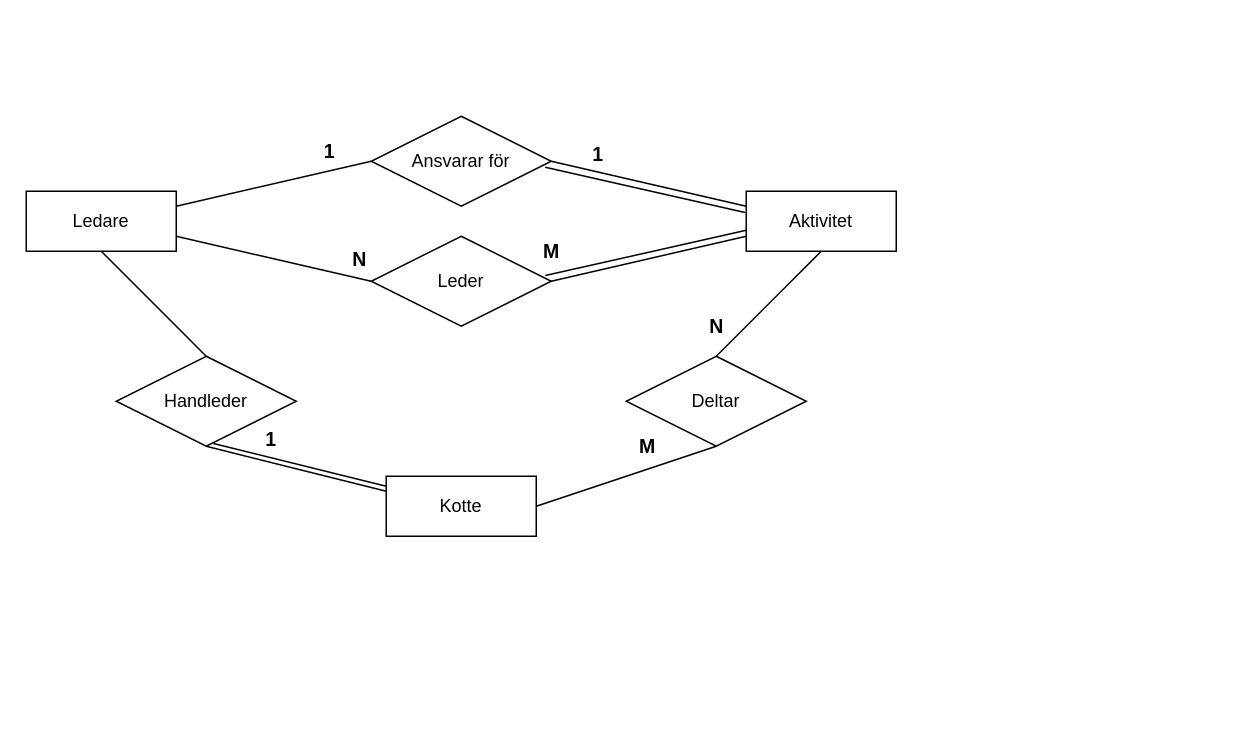
Before: Brunflomullar.drawio in Ingelisun/ERmodels, a draw.io diagram. Source tidied: cells renumbered, new cells numbered last; positions are measured from the earlier drawing's top-left corner, leaving out a move shared by most shapes. Both pictures are drawn from the tidied source at 150%, with x=0, y=0 at pixel (26, 116).
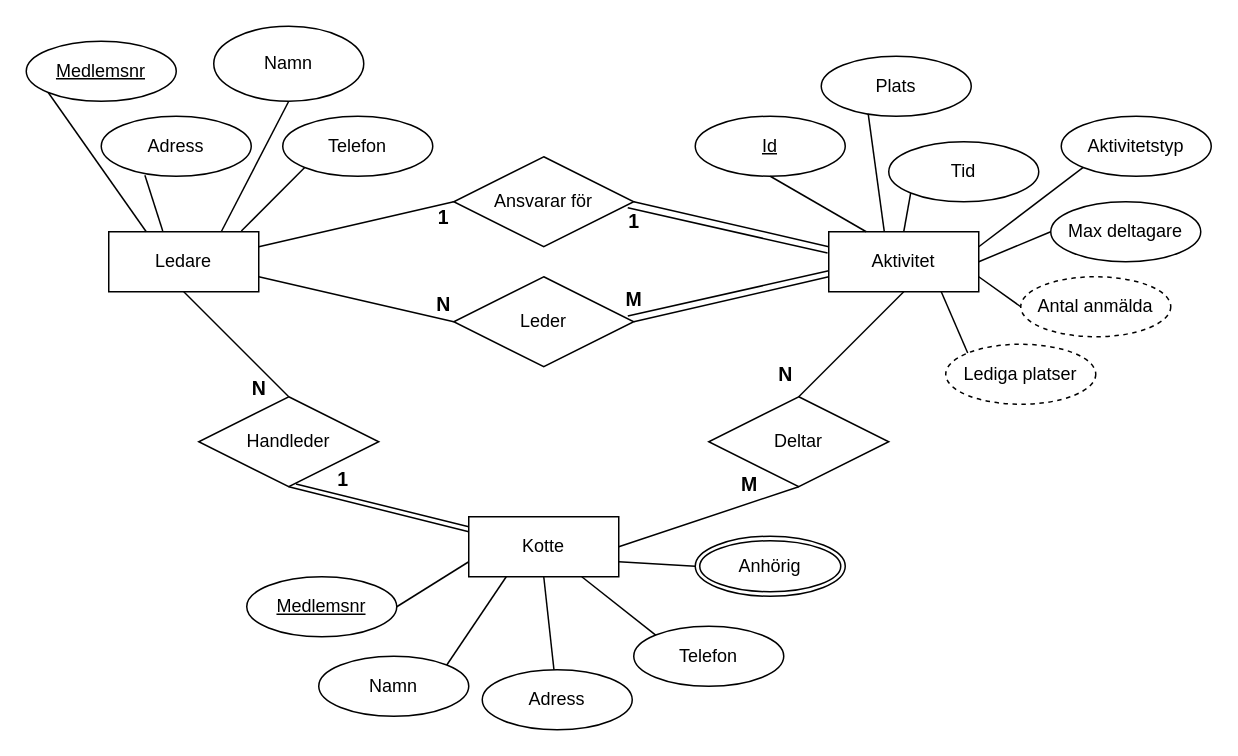
After the change.

Diff of the diagram source:
```diff
@@
     <mxCell id="2" value="Ledare" style="whiteSpace=wrap;html=1;align=center;" parent="1" vertex="1">
-      <mxGeometry y="50" width="100" height="40" as="geometry" />
+      <mxGeometry x="55" y="77" width="100" height="40" as="geometry" />
     </mxCell>
     <mxCell id="3" value="Ansvarar för" style="shape=rhombus;perimeter=rhombusPerimeter;whiteSpace=wrap;html=1;align=center;" parent="1" vertex="1">
-      <mxGeometry x="230" width="120" height="60" as="geometry" />
+      <mxGeometry x="285" y="27" width="120" height="60" as="geometry" />
     </mxCell>
     <mxCell id="4" value="Leder" style="shape=rhombus;perimeter=rhombusPerimeter;whiteSpace=wrap;html=1;align=center;" parent="1" vertex="1">
-      <mxGeometry x="230" y="80" width="120" height="60" as="geometry" />
+      <mxGeometry x="285" y="107" width="120" height="60" as="geometry" />
     </mxCell>
     <mxCell id="5" value="Aktivitet" style="whiteSpace=wrap;html=1;align=center;" parent="1" vertex="1">
-      <mxGeometry x="480" y="50" width="100" height="40" as="geometry" />
+      <mxGeometry x="535" y="77" width="100" height="40" as="geometry" />
     </mxCell>
     <mxCell id="6" value="Kotte" style="whiteSpace=wrap;html=1;align=center;" parent="1" vertex="1">
-      <mxGeometry x="240" y="240" width="100" height="40" as="geometry" />
+      <mxGeometry x="295" y="267" width="100" height="40" as="geometry" />
     </mxCell>
     <mxCell id="7" value="Deltar" style="shape=rhombus;perimeter=rhombusPerimeter;whiteSpace=wrap;html=1;align=center;" parent="1" vertex="1">
-      <mxGeometry x="400" y="160" width="120" height="60" as="geometry" />
+      <mxGeometry x="455" y="187" width="120" height="60" as="geometry" />
     </mxCell>
     <mxCell id="8" value="Handleder" style="shape=rhombus;perimeter=rhombusPerimeter;whiteSpace=wrap;html=1;align=center;" parent="1" vertex="1">
-      <mxGeometry x="60" y="160" width="120" height="60" as="geometry" />
+      <mxGeometry x="115" y="187" width="120" height="60" as="geometry" />
     </mxCell>
@@
     <mxCell id="15" style="endArrow=none;html=1;rounded=0;exitX=0.967;exitY=0.437;exitDx=0;exitDy=0;exitPerimeter=0;" parent="1" edge="1" source="4">
       <mxGeometry relative="1" as="geometry">
-        <mxPoint x="480" y="76" as="targetPoint" />
+        <mxPoint x="535" y="103" as="targetPoint" />
       </mxGeometry>
     </mxCell>
@@
     <mxCell id="17" style="endArrow=none;html=1;rounded=0;entryX=-0.008;entryY=0.355;entryDx=0;entryDy=0;entryPerimeter=0;" parent="1" edge="1" target="5">
       <mxGeometry relative="1" as="geometry">
-        <mxPoint x="346" y="34" as="sourcePoint" />
+        <mxPoint x="401" y="61" as="sourcePoint" />
       </mxGeometry>
     </mxCell>
@@
     <mxCell id="20" value="&lt;font style=&quot;font-size: 13px&quot;&gt;&lt;b style=&quot;font-size: 13px&quot;&gt;1&lt;/b&gt;&lt;/font&gt;" style="text;html=1;align=center;verticalAlign=middle;fillColor=none;strokeColor=none;rounded=0;fontSize=13;" parent="1" vertex="1">
-      <mxGeometry x="192" y="13" width="20" height="20" as="geometry" />
+      <mxGeometry x="268" y="57" width="20" height="20" as="geometry" />
     </mxCell>
     <mxCell id="21" value="&lt;font style=&quot;font-size: 13px&quot;&gt;&lt;b style=&quot;font-size: 13px&quot;&gt;1&lt;/b&gt;&lt;/font&gt;" style="text;html=1;align=center;verticalAlign=middle;fillColor=none;strokeColor=none;rounded=0;fontSize=13;" parent="1" vertex="1">
-      <mxGeometry x="371" y="15" width="20" height="20" as="geometry" />
+      <mxGeometry x="395" y="60" width="20" height="20" as="geometry" />
     </mxCell>
     <mxCell id="22" value="&lt;font style=&quot;font-size: 13px;&quot;&gt;&lt;b style=&quot;font-size: 13px;&quot;&gt;N&lt;/b&gt;&lt;/font&gt;" style="text;html=1;align=center;verticalAlign=middle;fillColor=none;strokeColor=none;rounded=0;fontSize=13;" parent="1" vertex="1">
-      <mxGeometry x="212" y="85" width="20" height="20" as="geometry" />
+      <mxGeometry x="268" y="115" width="20" height="20" as="geometry" />
     </mxCell>
     <mxCell id="23" value="&lt;font style=&quot;font-size: 13px&quot;&gt;&lt;b style=&quot;font-size: 13px&quot;&gt;M&lt;/b&gt;&lt;/font&gt;" style="text;html=1;align=center;verticalAlign=middle;fillColor=none;strokeColor=none;rounded=0;fontSize=13;" parent="1" vertex="1">
-      <mxGeometry x="335" y="80" width="30" height="20" as="geometry" />
+      <mxGeometry x="390" y="112" width="30" height="20" as="geometry" />
     </mxCell>
     <mxCell id="24" value="&lt;font style=&quot;font-size: 13px;&quot;&gt;&lt;b style=&quot;font-size: 13px;&quot;&gt;N&lt;/b&gt;&lt;/font&gt;" style="text;html=1;align=center;verticalAlign=middle;fillColor=none;strokeColor=none;rounded=0;fontSize=13;" parent="1" vertex="1">
-      <mxGeometry x="450" y="130" width="20" height="20" as="geometry" />
+      <mxGeometry x="496" y="162" width="20" height="20" as="geometry" />
     </mxCell>
     <mxCell id="25" value="&lt;font style=&quot;font-size: 13px&quot;&gt;&lt;b style=&quot;font-size: 13px&quot;&gt;M&lt;/b&gt;&lt;/font&gt;" style="text;html=1;align=center;verticalAlign=middle;fillColor=none;strokeColor=none;rounded=0;fontSize=13;" parent="1" vertex="1">
-      <mxGeometry x="399" y="210" width="30" height="20" as="geometry" />
+      <mxGeometry x="467" y="235" width="30" height="20" as="geometry" />
     </mxCell>
     <mxCell id="26" value="&lt;font style=&quot;font-size: 13px&quot;&gt;&lt;b style=&quot;font-size: 13px&quot;&gt;1&lt;/b&gt;&lt;/font&gt;" style="text;html=1;align=center;verticalAlign=middle;fillColor=none;strokeColor=none;rounded=0;fontSize=13;" parent="1" vertex="1">
-      <mxGeometry x="153" y="205" width="20" height="20" as="geometry" />
+      <mxGeometry x="201" y="232" width="20" height="20" as="geometry" />
     </mxCell>
+    <mxCell id="27" value="&lt;font style=&quot;font-size: 13px;&quot;&gt;&lt;b style=&quot;font-size: 13px;&quot;&gt;N&lt;/b&gt;&lt;/font&gt;" style="text;html=1;align=center;verticalAlign=middle;fillColor=none;strokeColor=none;rounded=0;fontSize=13;" parent="1" vertex="1">
+      <mxGeometry x="145" y="171" width="20" height="20" as="geometry" />
+    </mxCell>
+    <mxCell id="28" value="&lt;u&gt;Medlemsnr&lt;/u&gt;" style="ellipse;whiteSpace=wrap;html=1;align=center;" parent="1" vertex="1">
+      <mxGeometry y="-50" width="100" height="40" as="geometry" />
+    </mxCell>
+    <mxCell id="29" value="&lt;u&gt;Medlemsnr&lt;/u&gt;" style="ellipse;whiteSpace=wrap;html=1;align=center;" parent="1" vertex="1">
+      <mxGeometry x="147" y="307" width="100" height="40" as="geometry" />
+    </mxCell>
+    <mxCell id="30" value="Namn" style="ellipse;whiteSpace=wrap;html=1;align=center;" parent="1" vertex="1">
+      <mxGeometry x="125" y="-60" width="100" height="50" as="geometry" />
+    </mxCell>
+    <mxCell id="31" value="Namn" style="ellipse;whiteSpace=wrap;html=1;align=center;" parent="1" vertex="1">
+      <mxGeometry x="195" y="360" width="100" height="40" as="geometry" />
+    </mxCell>
+    <mxCell id="32" value="Adress" style="ellipse;whiteSpace=wrap;html=1;align=center;" parent="1" vertex="1">
+      <mxGeometry x="304" y="369" width="100" height="40" as="geometry" />
+    </mxCell>
+    <mxCell id="33" value="Adress" style="ellipse;whiteSpace=wrap;html=1;align=center;" parent="1" vertex="1">
+      <mxGeometry x="50" width="100" height="40" as="geometry" />
+    </mxCell>
+    <mxCell id="34" value="Telefon" style="ellipse;whiteSpace=wrap;html=1;align=center;" parent="1" vertex="1">
+      <mxGeometry x="405" y="340" width="100" height="40" as="geometry" />
+    </mxCell>
+    <mxCell id="35" value="Telefon" style="ellipse;whiteSpace=wrap;html=1;align=center;" parent="1" vertex="1">
+      <mxGeometry x="171" width="100" height="40" as="geometry" />
+    </mxCell>
+    <mxCell id="36" value="Anhörig" style="ellipse;shape=doubleEllipse;margin=3;whiteSpace=wrap;html=1;align=center;" parent="1" vertex="1">
+      <mxGeometry x="446" y="280" width="100" height="40" as="geometry" />
+    </mxCell>
+    <mxCell id="37" value="&lt;u&gt;Id&lt;/u&gt;" style="ellipse;whiteSpace=wrap;html=1;align=center;" parent="1" vertex="1">
+      <mxGeometry x="446" width="100" height="40" as="geometry" />
+    </mxCell>
+    <mxCell id="38" value="Plats" style="ellipse;whiteSpace=wrap;html=1;align=center;" parent="1" vertex="1">
+      <mxGeometry x="530" y="-40" width="100" height="40" as="geometry" />
+    </mxCell>
+    <mxCell id="39" value="Tid" style="ellipse;whiteSpace=wrap;html=1;align=center;" parent="1" vertex="1">
+      <mxGeometry x="575" y="17" width="100" height="40" as="geometry" />
+    </mxCell>
+    <mxCell id="40" value="Max deltagare" style="ellipse;whiteSpace=wrap;html=1;align=center;" parent="1" vertex="1">
+      <mxGeometry x="683" y="57" width="100" height="40" as="geometry" />
+    </mxCell>
+    <mxCell id="41" value="Aktivitetstyp" style="ellipse;whiteSpace=wrap;html=1;align=center;" parent="1" vertex="1">
+      <mxGeometry x="690" width="100" height="40" as="geometry" />
+    </mxCell>
+    <mxCell id="42" value="Antal anmälda" style="ellipse;whiteSpace=wrap;html=1;align=center;dashed=1;" parent="1" vertex="1">
+      <mxGeometry x="663" y="107" width="100" height="40" as="geometry" />
+    </mxCell>
+    <mxCell id="43" value="Lediga platser" style="ellipse;whiteSpace=wrap;html=1;align=center;dashed=1;" parent="1" vertex="1">
+      <mxGeometry x="613" y="152" width="100" height="40" as="geometry" />
+    </mxCell>
+    <mxCell id="44" style="endArrow=none;html=1;rounded=0;exitX=0;exitY=1;exitDx=0;exitDy=0;entryX=0.25;entryY=0;entryDx=0;entryDy=0;" parent="1" edge="1" source="28" target="2">
+      <mxGeometry relative="1" as="geometry" />
+    </mxCell>
+    <mxCell id="45" style="endArrow=none;html=1;rounded=0;exitX=0.291;exitY=0.982;exitDx=0;exitDy=0;exitPerimeter=0;entryX=0.36;entryY=-0.012;entryDx=0;entryDy=0;entryPerimeter=0;" parent="1" edge="1" source="33" target="2">
+      <mxGeometry relative="1" as="geometry" />
+    </mxCell>
+    <mxCell id="46" style="endArrow=none;html=1;rounded=0;exitX=0.5;exitY=1;exitDx=0;exitDy=0;entryX=0.75;entryY=0;entryDx=0;entryDy=0;" parent="1" edge="1" source="30" target="2">
+      <mxGeometry relative="1" as="geometry" />
+    </mxCell>
+    <mxCell id="47" style="endArrow=none;html=1;rounded=0;exitX=0.884;exitY=-0.012;exitDx=0;exitDy=0;exitPerimeter=0;entryX=0;entryY=1;entryDx=0;entryDy=0;" parent="1" edge="1" source="2" target="35">
+      <mxGeometry relative="1" as="geometry" />
+    </mxCell>
+    <mxCell id="48" style="endArrow=none;html=1;rounded=0;exitX=1;exitY=0.5;exitDx=0;exitDy=0;entryX=0;entryY=0.75;entryDx=0;entryDy=0;" parent="1" edge="1" source="29" target="6">
+      <mxGeometry relative="1" as="geometry" />
+    </mxCell>
+    <mxCell id="49" style="endArrow=none;html=1;rounded=0;exitX=1;exitY=0;exitDx=0;exitDy=0;entryX=0.25;entryY=1;entryDx=0;entryDy=0;" parent="1" edge="1" source="31" target="6">
+      <mxGeometry relative="1" as="geometry" />
+    </mxCell>
+    <mxCell id="50" style="endArrow=none;html=1;rounded=0;exitX=0.5;exitY=1;exitDx=0;exitDy=0;" parent="1" edge="1" source="6" target="32">
+      <mxGeometry relative="1" as="geometry" />
+    </mxCell>
+    <mxCell id="51" style="endArrow=none;html=1;rounded=0;entryX=0;entryY=0;entryDx=0;entryDy=0;" parent="1" edge="1" source="6" target="34">
+      <mxGeometry relative="1" as="geometry" />
+    </mxCell>
+    <mxCell id="52" style="endArrow=none;html=1;rounded=0;entryX=0;entryY=0.5;entryDx=0;entryDy=0;exitX=1;exitY=0.75;exitDx=0;exitDy=0;" parent="1" edge="1" source="6" target="36">
+      <mxGeometry relative="1" as="geometry" />
+    </mxCell>
+    <mxCell id="53" style="endArrow=none;html=1;rounded=0;exitX=0.5;exitY=1;exitDx=0;exitDy=0;entryX=0.25;entryY=0;entryDx=0;entryDy=0;" parent="1" edge="1" source="37" target="5">
+      <mxGeometry relative="1" as="geometry" />
+    </mxCell>
+    <mxCell id="54" style="endArrow=none;html=1;rounded=0;entryX=0;entryY=1;entryDx=0;entryDy=0;exitX=1;exitY=0.25;exitDx=0;exitDy=0;" parent="1" edge="1" source="5" target="41">
+      <mxGeometry relative="1" as="geometry" />
+    </mxCell>
+    <mxCell id="55" style="endArrow=none;html=1;rounded=0;entryX=0;entryY=0.5;entryDx=0;entryDy=0;exitX=1;exitY=0.5;exitDx=0;exitDy=0;" parent="1" edge="1" source="5" target="40">
+      <mxGeometry relative="1" as="geometry" />
+    </mxCell>
+    <mxCell id="56" style="endArrow=none;html=1;rounded=0;entryX=0;entryY=0.5;entryDx=0;entryDy=0;exitX=1;exitY=0.75;exitDx=0;exitDy=0;" parent="1" edge="1" source="5" target="42">
+      <mxGeometry relative="1" as="geometry" />
+    </mxCell>
+    <mxCell id="57" style="endArrow=none;html=1;rounded=0;entryX=0;entryY=0;entryDx=0;entryDy=0;exitX=0.75;exitY=1;exitDx=0;exitDy=0;" parent="1" edge="1" source="5" target="43">
+      <mxGeometry relative="1" as="geometry" />
+    </mxCell>
+    <mxCell id="58" style="endArrow=none;html=1;rounded=0;entryX=0;entryY=1;entryDx=0;entryDy=0;exitX=0.5;exitY=0;exitDx=0;exitDy=0;" parent="1" edge="1" source="5" target="39">
+      <mxGeometry relative="1" as="geometry" />
+    </mxCell>
+    <mxCell id="59" style="endArrow=none;html=1;rounded=0;exitX=0.313;exitY=0.961;exitDx=0;exitDy=0;exitPerimeter=0;entryX=0.37;entryY=-0.007;entryDx=0;entryDy=0;entryPerimeter=0;" parent="1" edge="1" source="38" target="5">
+      <mxGeometry relative="1" as="geometry" />
+    </mxCell>
```
